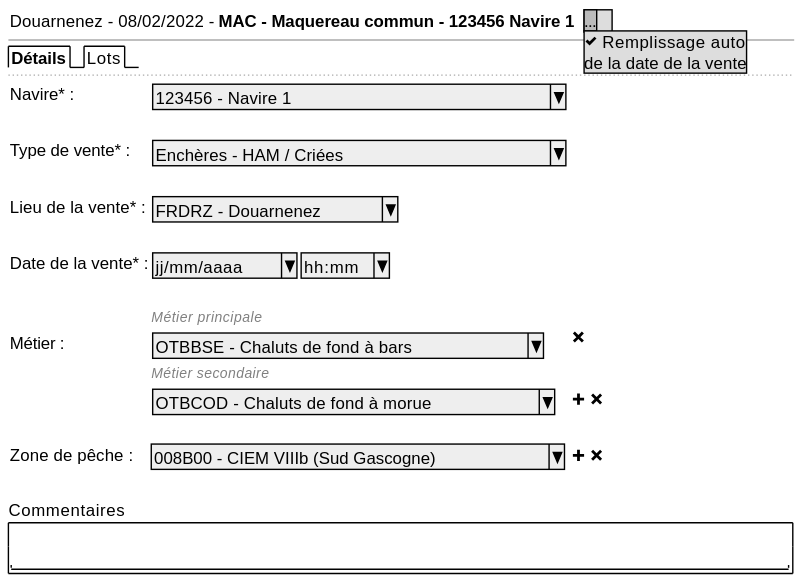
This is projects/obsvente/spe/images/sale-details.svg from sumaris-net/sumaris-doc, a PlantUML export, as it was before one commit. Its source is kept beside it as projects/obsvente/spe/images/sale-details.puml.
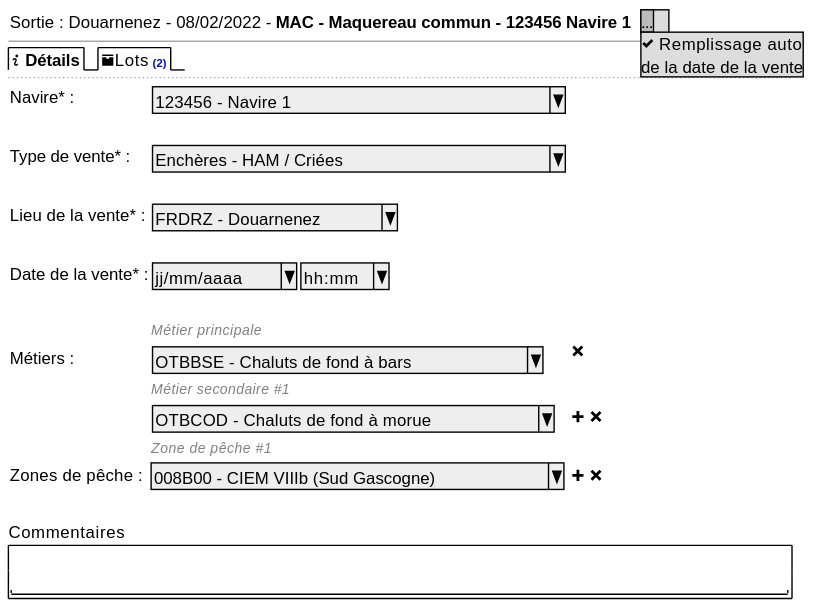
Above is the later version.

The edit, as a diff of the source:
```diff
@@ -1,11 +1,11 @@
 @startsalt
 {
-  { Douarnenez - 08/02/2022 - <b>MAC - Maquereau commun - 123456 Navire 1  | . |   {* ...
+  { Sortie : Douarnenez - 08/02/2022 - <b>MAC - Maquereau commun - 123456 Navire 1  | . |   {* ...
                                                                                    ... | <&check> Remplissage auto | de la date de la vente }
                                                                                                                                                                                                                           }
   --
 
-  {/  <b>Détails | Lots }
+  {/  <b><&info>Détails | <&box>Lots <font color=blue size=8><b>(2) }
   ..
   {
 
@@ -18,12 +18,12 @@
       Date de la vente* :   |  { ^ jj/mm/aaaa^  |  ^ hh:mm^ }
       .
       . | <font color=grey size=10><i>Métier principale</i>
-       Métier : | { ^ OTBBSE - Chaluts de fond à bars ^ } |  <&x>
+       Métiers : | { ^ OTBBSE - Chaluts de fond à bars ^ } |  <&x>
 
-      . | <font color=grey size=10><i>Métier secondaire</i>
+      . | <font color=grey size=10><i>Métier secondaire #1</i>
       . | { ^ OTBCOD - Chaluts de fond à morue ^ } |  <&plus> <&x>
-      .
-      Zone de pêche :            | ^ 008B00 - CIEM VIIIb (Sud Gascogne)^ | <&plus> <&x>
+      . | <font color=grey size=10><i>Zone de pêche #1</i>
+      Zones de pêche :            | ^ 008B00 - CIEM VIIIb (Sud Gascogne)^ | <&plus> <&x>
       .
   }
 
```
